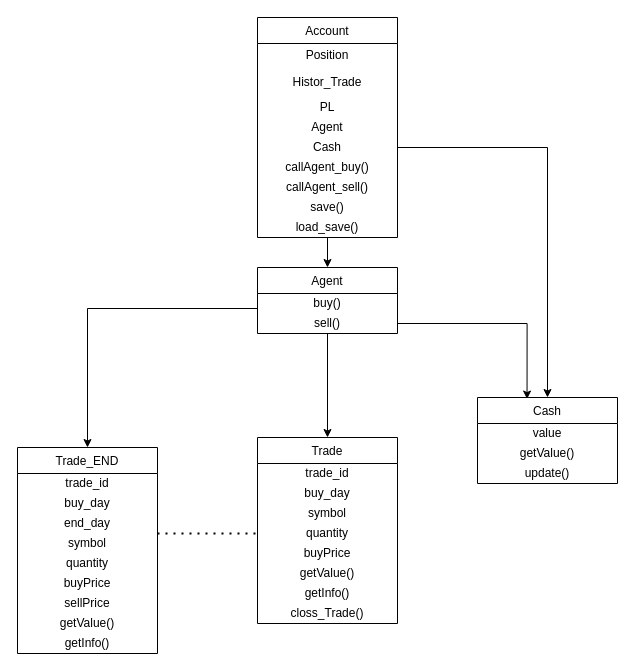
This is Class_diagrams.drawio from MyName-isHello/stockDashbord, a draw.io file, before an edit. Source tidied: cells renumbered, new cells numbered last; positions are measured from the earlier drawing's top-left corner, leaving out a move shared by most shapes. Both pictures are drawn from the tidied source at 100%, with x=0, y=0 at pixel (17, 17).
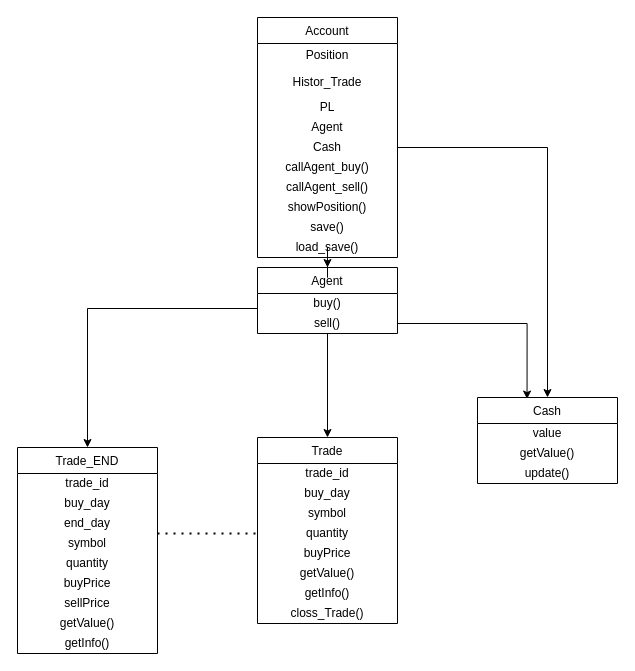
After the change.

Commit message:
fix the bug <function showPostion() in class Trade_END> and add class Trade_RAW

The edit, as a diff of the source:
```diff
@@
     <mxCell id="2" value="Account" style="swimlane;fontStyle=0;horizontal=1;startSize=26;" parent="1" vertex="1">
-      <mxGeometry x="240" width="140" height="220" as="geometry" />
+      <mxGeometry x="240" width="140" height="240" as="geometry" />
     </mxCell>
@@
+    <mxCell id="44" value="showPosition()" style="text;html=1;strokeColor=none;fillColor=none;align=center;verticalAlign=middle;whiteSpace=wrap;rounded=0;" parent="2" vertex="1">
+      <mxGeometry y="180" width="140" height="20" as="geometry" />
+    </mxCell>
     <mxCell id="10" value="save()" style="text;html=1;strokeColor=none;fillColor=none;align=center;verticalAlign=middle;whiteSpace=wrap;rounded=0;" parent="2" vertex="1">
-      <mxGeometry y="180" width="140" height="20" as="geometry" />
+      <mxGeometry y="200" width="140" height="20" as="geometry" />
     </mxCell>
     <mxCell id="11" value="load_save()" style="text;html=1;strokeColor=none;fillColor=none;align=center;verticalAlign=middle;whiteSpace=wrap;rounded=0;" parent="2" vertex="1">
-      <mxGeometry y="200" width="140" height="20" as="geometry" />
+      <mxGeometry y="220" width="140" height="20" as="geometry" />
     </mxCell>
```
